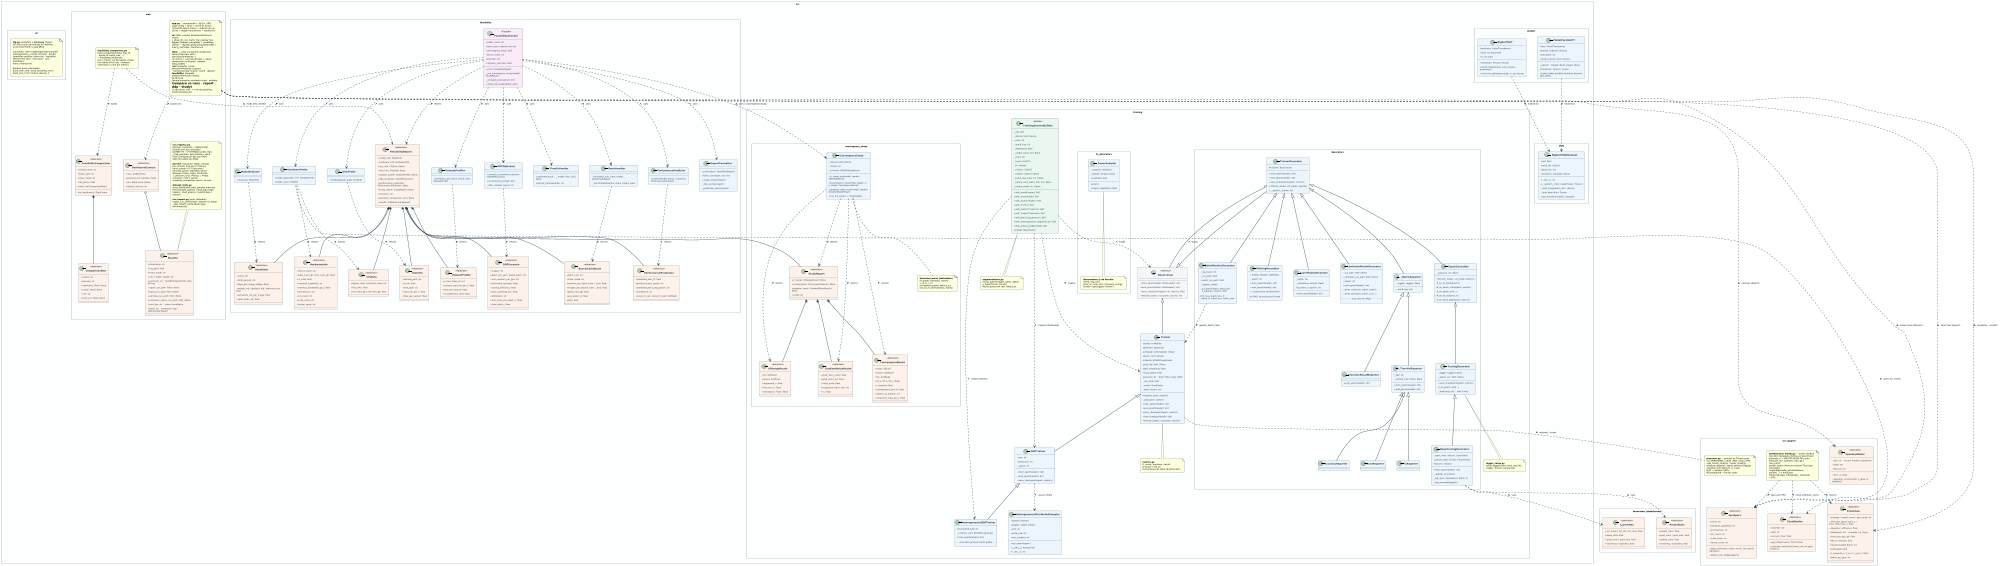
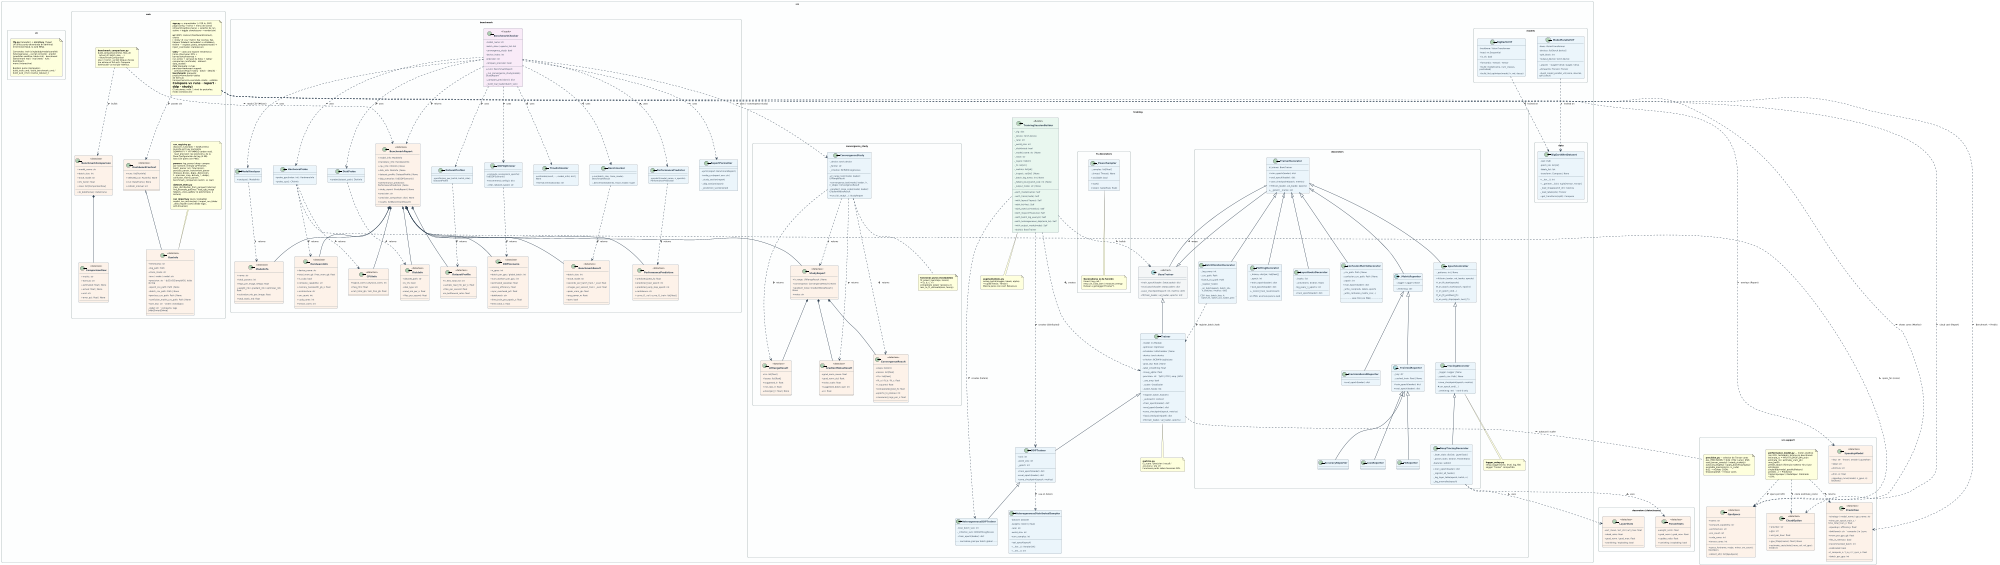
@startuml class_diagram
scale 2000 width
skinparam backgroundColor #FFFFFF
skinparam monochrome false
skinparam classAttributeIconSize 0
skinparam defaultFontName "DejaVu Sans"
skinparam defaultFontSize 9
skinparam classFontStyle bold
skinparam classFontSize 10
skinparam classHeaderBackgroundColor #1A5276
skinparam classBorderColor #2C3E50
skinparam classBackgroundColor #EBF5FB
skinparam arrowColor #2C3E50
skinparam arrowThickness 1.5
skinparam roundCorner 8
skinparam padding 4
skinparam nodesep 50
skinparam ranksep 55
skinparam wrapWidth 200
skinparam packageStyle rectangle
skinparam packageBorderColor #95A5A6
skinparam packageBackgroundColor #FDFEFE

' ════════════════════════════════════════════════════════════════
' PACKAGE: src.training
' ════════════════════════════════════════════════════════════════
package "src.training" #FDFEFE {

  abstract class BaseTrainer <<abstract>> {
    {abstract} + train_epoch(loader: DataLoader): dict
    {abstract} + eval_epoch(loader: DataLoader): dict
    {abstract} + save_checkpoint(epoch: int, metrics: dict)
    {abstract} + fit(train_loader, val_loader, epochs: int)
  }

  class Trainer {
    - model: nn.Module
    - optimizer: Optimizer
    - scheduler: LRScheduler | None
    - device: torch.device
    - criterion: BCEWithLogitsLoss
    - grad_clip: float | None
    - label_smoothing: float
    - mixup_alpha: float
    - precision: str  ' fp32 | tf32 | amp | bf16
    - _use_amp: bool
    - _scaler: GradScaler
    - _batch_hooks: list
    + register_batch_hook(fn)
    - _autocast(): context
    + train_epoch(loader): dict
    + eval_epoch(loader): dict
    + save_checkpoint(epoch, metrics)
    + load_checkpoint(path): dict
    + fit(train_loader, val_loader, epochs)
  }

  class DDPTrainer {
    - rank: int
    - world_size: int
    - _epoch: int
    ' precision reenviada a Trainer
    + train_epoch(loader): dict
    + eval_epoch(loader): dict
    + save_checkpoint(epoch, metrics)
  }

  class HeterogeneousDDPTrainer {
    - local_batch_size: int
    - _criterion_sum: BCEWithLogitsLoss
    + train_epoch(loader): dict
    .. normaliza grad por batch global ..
  }

  class TrainingSessionBuilder <<Builder>> {
    - _cfg: dict
    - _device: torch.device
    - _rank: int
    - _world_size: int
    - _distributed: bool
    - _model_name: str | None
    - _trace: str
    - _layers: list[str]
    - _fn: list[str]
    - _metrics: list[str]
    - _inspect: set[str] | None
    - _batch_log_every: int | None
    - _hetero_local_batch_size: int | None
    - _output_mode: str | None
    + with_model(name): Self
    + with_trace(mode): Self
    + with_layers(*layers): Self
    + with_fn(*fns): Self
    + with_metrics(*metrics): Self
    + with_inspect(*features): Self
    + with_batch_log_every(n): Self
    + with_heterogeneous_ddp(local_bs): Self
    + with_output_mode(mode): Self
    + build(): BaseTrainer
  }

  class HeterogeneousDistributedSampler {
    - dataset: Dataset
    - weights: list[int | float]
    - rank: int
    - world_size: int
    - num_samples: int
    + set_epoch(epoch)
    + __iter__(): Iterator[int]
    + __len__(): int
  }

  note as aug_note
    **augmentations.py**
    mixup_batch(images, labels, alpha)
    → tuple[Tensor, Tensor]
    Mezcla pares con coef. Beta(α,α).
  end note

  note as metrics_note
    **metrics.py**
    f1_score / precision / recall /
    accuracy / eta_str
    Funciones puras sobre tensores GPU.
  end note

  note as logger_note
    **logger_setup.py**
    setup_logger(name, level, log_file)
    Logger "trainer" compartido.
  end note

}

' ════════════════════════════════════════════════════════════════
' PACKAGE: src.training.convergence_study  (estudio empírico v4)
' ════════════════════════════════════════════════════════════════
package "src.training.convergence_study" #FDFEFE {

  class ConvergenceStudy {
    - _device: torch.device
    - _family: str
    - _criterion: BCEWithLogitsLoss
    + lr_range_test(model, loader): LRRangeResult
    + convergence_test(model, loader, lr, n_steps): ConvergenceResult
    + gradient_noise_scale(model, loader): GradientNoiseResult
    + run_full_study(...): StudyReport
  }

  class LRRangeResult <<dataclass>> {
    + lrs: list[float]
    + losses: list[float]
    + suggested_lr: float
    + min_loss_lr: float
    + diverged_lr: float | None
  }

  class ConvergenceResult <<dataclass>> {
    + steps: list[int]
    + losses: list[float]
    + f1s: list[float]
    + fit_a / fit_b / fit_c: float
    + r_squared: float
    + extrapolated_best_f1: float
    + epochs_to_plateau: int
    + measured_imgs_per_s: float
  }

  class GradientNoiseResult <<dataclass>> {
    + grad_norm_mean: float
    + grad_norm_std: float
    + noise_scale: float
    + suggested_batch_size: int
    + cv: float
  }

  class StudyReport <<dataclass>> {
    + lr_range: LRRangeResult | None
    + convergence: ConvergenceResult | None
    + gradient_noise: GradientNoiseResult | None
    + notes: str
  }

  note as fit_note
    **funciones puras (testeables)**
    fit_power_law(steps, losses)
    → (a, b, c, r²)
    extrapolate_power_law(a,b,c,t)
    loss_to_f1_estimate(loss, family)
  end note

}

' ════════════════════════════════════════════════════════════════
' PACKAGE: src.training.decorators
' ════════════════════════════════════════════════════════════════
package "src.training.decorators" #FDFEFE {

  class TrainerDecorator {
    # _trainer: BaseTrainer
    + train_epoch(loader): dict
    + eval_epoch(loader): dict
    + save_checkpoint(epoch, metrics)
    + fit(train_loader, val_loader, epochs)
    + __getattr__(name: str)
  }

  class EpochController {
    - _patience: int | None
    + fit(train_loader, val_loader, epochs)
    # _on_fit_start(epochs)
    # _on_epoch_start(epoch, epochs)
    # _on_epoch_end(...)
    # _on_fit_end(best_f1)
    # _on_early_stop(epoch, best_f1)
  }

  class TracingDecorator {
    - _logger: Logger | None
    - _epoch_csv: Path | None
    + save_checkpoint(epoch, metrics)
    # _on_epoch_end(...)
    - _emit(msg: str)  ' rank 0 only
  }

  class DeepTracingDecorator {
    - _layer_stats: dict[str, LayerStats]
    - _param_stats: dict[str, ParamStats]
    - features: set[str]
    + train_epoch(loader): dict
    - _register_all_hooks()
    - _log_layer_table(epoch, batch, n)
    - _log_anomalies(epoch)
  }

  class PlottingDecorator {
    - _history: dict[str, list[float]]
    - _epoch: int
    + train_epoch(loader): dict
    + eval_epoch(loader): dict
    + _record_train_result(result)
    .. sin PNG: acumula para la web ..
  }

  class LayerHooksDecorator {
    - _hooks: list
    - _activations: dict[str, float]
    - log_every_n_epochs: int
    + train_epoch(loader): dict
  }

  class ConfusionMatrixDecorator {
    - _csv_path: Path | None
    - _confusion_csv_path: Path | None
    - _epoch: int
    + eval_epoch(loader): dict
    - _write_csv(preds, labels, epoch)
    - _write_confusion_matrix_csv(...)
    .. solo CSV (sin PNG) ..
  }

  class BatchMonitorDecorator {
    - _log_every: int
    - _csv_path: Path
    + batch_csv_path: Path
    - _register_hook()
    - _on_batch(epoch, batch_idx,\n  n_batches, metrics: dict)
    .. CSV: loss, batch_loss, lr,\n  batch_f1, batch_acc, batch_prec ..
  }

  abstract class _MetricReporter {
    - _logger: Logger | None
    - _emit(msg: str)
  }

  abstract class _TrainValReporter {
    - _key: str
    - _cached_train: float | None
    + train_epoch(loader): dict
    + eval_epoch(loader): dict
  }

  class LossReporter
  class F1Reporter
  class AccuracyReporter
  class PrecisionRecallReporter {
    + eval_epoch(loader): dict
  }

}

' ════════════════════════════════════════════════════════════════
' PACKAGE: src.training.decorators — dataclasses internas
' ════════════════════════════════════════════════════════════════
package "decorators (dataclasses)" #FDFEFE {

  class LayerStats <<dataclass>> {
    + act_mean / act_std / act_max: float
    + dead_ratio: float
    + grad_norm / grad_max: float
    + vanishing / exploding: bool
  }

  class ParamStats <<dataclass>> {
    + weight_norm: float
    + grad_norm / grad_max: float
    + update_ratio: float
    + vanishing / exploding: bool
  }

}

' ════════════════════════════════════════════════════════════════
' PACKAGE: src.training.fn_decorators
' ════════════════════════════════════════════════════════════════
package "src.training.fn_decorators" #FDFEFE {

  class _PowerSampler {
    - _samples: list[float]
    - _thread: Thread | None
    + available: bool
    + start()
    + stop(): tuple[float, float]
  }

  note as fn_note
    **Decoradores @ de función**
    timed / log_call /
    retry_on_cuda_oom / measure_energy
    Rutean a getLogger("trainer").
  end note

  _PowerSampler .. fn_note

}

' ════════════════════════════════════════════════════════════════
' PACKAGE: src.models / src.data
' ════════════════════════════════════════════════════════════════
package "src.models" #FDFEFE {
  class BigEarthViT {
    - backbone: VisionTransformer
    - head: nn.Sequential
    + is_vit: bool
    + forward(x: Tensor): Tensor
    + build_model(name, num_classes, pretrained)
    + build_llrd_optimizer(model, lr, wd, decay)
  }

  class ModelParallelViT {
    ' paralelismo de modelo (pipeline naive)
    - base: VisionTransformer
    - devices: list[torch.device]
    - split_block: int
    + output_device: torch.device
    - _place()  ' stage0→dev0, stage1→dev1
    + forward(x: Tensor): Tensor
    + build_model_parallel_vit(name, devices, split_block)
  }
}

' ════════════════════════════════════════════════════════════════
- ' PACKAGE: src (módulos de soporte — feasibility/web)
+ ' PACKAGE: src (módulos de soporte — benchmark/web)
' ════════════════════════════════════════════════════════════════
package "src.support" as support #FDFEFE {

  class GpuSpecs <<dataclass>> {
    + name: str
    + compute_capability: str
    + architecture: str
    + sm_count: int
    + cuda_cores: int
    + tensor_cores: int
    + specs_for(name, major, minor, sm_count): GpuSpecs
    + detect_all(): list[GpuSpecs]
  }

  class SpeedupModel <<dataclass>> {
    + key: str  ' linear | amdahl | gustafson
    + label: str
    + formula: str
    + fn(n, s): float
    + speedup_curve(model, n_gpus, s): list[float]
  }

  class CloudOption <<dataclass>> {
    + provider: str
    + gpu: str
    + usd_per_hour: float
    + gpu_tflops(name): float | None
    + estimate_costs(total_hours_ref, ref_gpu): list[dict]
  }

  class Prediction <<dataclass>> {
    ' src.performance_model — predictor analítico
    + strategy / model_name / gpu_name: str
    + time_per_epoch_train_s / time_total_train_s: float
    + speedup / efficiency: float
    + bottleneck: str  ' compute | io | sync
    + vram_per_gpu_gb: float
    + fits_in_memory: bool
    + recommended_batch: int
    + calibrated: bool
    + t_compute_s / t_io_s / t_sync_s: float
    + batch_per_gpu: int
  }

  note as perfmodel_note
    **performance_model.py** — motor analítico
    (sin GPU, testeable). Estima sin benchmark:
    estimate_rc = MFU·TFLOPS/FLOPs_train
    estimate_rio / estimate_vram_gb / max_batch
    predict_epoch (fórmula maestra T(n,π) por
    estrategia: single/ddp/model_parallel/hetero)
    predict(...) → Prediction
    Tablas GpuSpec / ModelSpec. Calibrado <10%.
  end note

  note as precision_note
    **precision.py** — selector de Tensor cores
    ALL_PRECISIONS = fp32 | tf32 | amp | bf16
    uses_tensor_cores(p) / needs_scaler(p)
    autocast_dtype(p) / apply_backend_flags(p)
    available_precisions(cc, is_cuda)
    fp32 → núcleos CUDA;
    tf32/amp/bf16 → Tensor cores
  end note
}

package "src.data" #FDFEFE {
  class BigEarthNetDataset {
    - root: Path
    - patch_ids: list[str]
    - labels_list: list
    - transform: Compose | None
    + __len__(): int
    + __getitem__(idx): tuple[Tensor, Tensor]
    - _load_image(patch_dir): ndarray
    - _load_labels(idx): Tensor
    + get_transforms(split): Compose
  }
}

' ════════════════════════════════════════════════════════════════
- ' PACKAGE: src.feasibility (SRP package; scripts/check_feasibility.py is now a thin CLI)
- ' ════════════════════════════════════════════════════════════════
- package "src.feasibility" #FDFEFE {
+ ' PACKAGE: src.benchmark (SRP package; scripts/benchmark.py is now a thin CLI)
+ ' ════════════════════════════════════════════════════════════════
+ package "src.benchmark" #FDFEFE {

  class ModelInfo <<dataclass>> {
    + name: str
    + total_params: int
    + flops_per_image_mflops: float
    + weight_mb / gradient_mb / optimizer_mb: float
    + activation_mb_per_image: float
    + total_static_mb: float
  }

  class HardwareInfo <<dataclass>> {
    + device_name: str
    + total_vram_gb / free_vram_gb: float
    + is_cuda: bool
    + compute_capability: str
    + memory_bandwidth_gb_s: float
    + architecture: str
    + sm_count: int
    + cuda_cores: int
    + tensor_cores: int
  }

  class CPUInfo <<dataclass>> {
    + logical_cores / physical_cores: int
    + freq_mhz: float
    + ram_total_gb / ram_free_gb: float
  }

  class DiskInfo <<dataclass>> {
    + dataset_path: str
    + is_nfs: bool
    + disk_type: str
    + read_mb_per_s: float
    + files_per_second: float
  }

  class DatasetProfile <<dataclass>> {
    + n_files_total_est: int
    + sample_read_mb_per_s: float
    + files_per_second: float
    + io_bottleneck_ratio: float
  }

  class DDPScenario <<dataclass>> {
    + n_gpus: int
    + batch_per_gpu / global_batch: int
    + num_workers_per_gpu: int
    + estimated_speedup: float
    + scaling_efficiency: float
    + sync_overhead_pct: float
    + bottleneck: str
    + time_train_per_epoch_s: float
    + time_total_s: float
  }

  class PerformancePrediction <<dataclass>> {
    + predicted_best_f1: float
    + predicted_best_epoch: int
    + predicted_early_stop_epoch: int
    + confidence: str
    + curve_f1_val / curve_f1_train: list[float]
  }

  class BenchmarkResult <<dataclass>> {
    + batch_size: int
    + trace_mode: str
    + seconds_per_batch_train / _eval: float
    + images_per_second_train / _eval: float
    + peak_vram_gb: float
    + avg_power_w: float
    + oom: bool
  }

-   class FeasibilityReport <<dataclass>> {
+   class BenchmarkReport <<dataclass>> {
    + model_info: ModelInfo
    + hardware_info: HardwareInfo
    + cpu_info: CPUInfo | None
    + disk_info: DiskInfo | None
    + dataset_profile: DatasetProfile | None
    + ddp_scenarios: list[DDPScenario]
    + performance_prediction: PerformancePrediction | None
    + study_report: StudyReport | None
    + precision: str
    + precision_comparison: dict | None
    + results: list[BenchmarkResult]
  }

  class ModelAnalyzer {
    + analyze(): ModelInfo
  }
  class HardwareProbe {
    + probe_gpu(index: int): HardwareInfo
    + probe_cpu(): CPUInfo
  }
  class DiskProbe {
    + probe(dataset_path): DiskInfo
  }
  class DatasetProfiler {
    + profile(sec_per_batch, batch_size): DatasetProfile
  }
  class Benchmarker {
    + run(batch_size, trace_mode): BenchmarkResult
    - _benchmark(batches, trace_mode): tuple
  }
  class TimeEstimator {
    + estimate(result, ..., model_info): dict | None
    + format_time(seconds): str
  }
  class DDPOptimizer {
    + compute_scenarios(n_epochs): list[DDPScenario]
    + recommend_config(): dict
    - _infer_network_type(): str
  }
  class PerformancePredictor {
    + predict(model_name, n_epochs): PerformancePrediction
  }
  class ReportFormatter {
-     + print(report: FeasibilityReport)
+     + print(report: BenchmarkReport)
    + write_csv(report, env: str)
    - _study_section(report)
    - _ddp_section(report)
    - _prediction_section(pred)
  }
-   class FeasibilityChecker <<Facade>> {
+   class BenchmarkChecker <<Facade>> {
    - model_name: str
    - batch_sizes / epochs_list: list
    - convergence_study: bool
    - device_index: int
    - precision: str
    - compare_precision: bool
-     + run(): FeasibilityReport
+     + run(): BenchmarkReport
    - _run_convergence_study(model): StudyReport
    - _compare_precisions(): dict
    - _build_real_loader(batch_size)
  }

}

' ════════════════════════════════════════════════════════════════
' PACKAGE: src.web
' ════════════════════════════════════════════════════════════════
package "src.web" #FDFEFE {

  class RunInfo <<dataclass>> {
    + timestamp: str
    + log_path: Path
    + trace_mode: str
    + env / mode / model: str
    + precision: str  ' fp32/tf32/amp/bf16, leída del log
    + epoch_csv_path: Path | None
    + batch_csv_path: Path | None
    + perclass_csv_path: Path | None
    + confusion_matrix_csv_path: Path | None
    + sort_key: str  ' orden cronológico
    + label: str  ' compacto, tags [ddp]/[amp]/[deep]
  }

-   class FeasibilityComparison <<dataclass>> {
+   class BenchmarkComparison <<dataclass>> {
    + model_name: str
    + batch_size: int
    + trace_mode: str
    + nfs_factor: float
    + rows: list[ComparisonRow]
    + to_dataframe(): DataFrame
  }

  class ComparisonRow <<dataclass>> {
    + metric: str
    + formula: str
    + estimated: float | None
    + actual: float | None
    + unit: str
    + error_pct: float | None
  }

  note as cmp_note
-     **feasibility_comparison.py**
+     **benchmark_comparison.py**
    build_comparison(meta, feas_df,
      actual_df, batch_size, ...)
-     → FeasibilityComparison
+     → BenchmarkComparison
    Usa n_train/n_val del bloque #sizes
    (no asume el full set). Compara
    estimación vs real por métrica.
  end note

  class DashboardContext <<dataclass>> {
    ' src.web.ui.context — estado compartido (ctx)
    + runs: list[RunInfo]
    + selected_run: RunInfo | None
    + run: DataFrame | None
    + refresh_interval: int
  }

  note as web_note
    **run_registry.py**
    discover_runs(root) → list[RunInfo]
    RunInfo.sort_key normaliza
    DDMMYYYY → YYYYMMDD (orden real).
    _read_precision: lee precision= de la
    línea Configuración del log (4 KB).
    Solo CSV paths (sin PNG).

    **parsers**: log_parser (deep: campos
    por nombre; energía \w*Trainer),
    batch_parser (v3: f1/acc/prec),
-     perclass_parser, feasibility_parser
+     perclass_parser, benchmark_parser
    (bloques #sizes, #gpu, #precision,
    #precision_cmp, #study_*, #ddp),
    confusion_matrix_parser,
-     feasibility_comparison (estim. vs real)
+     benchmark_comparison (estim. vs real)

    **dataset_stats.py**
    class_distribution_from_parquet (ndarray)
    find_example_patches / load_rgb_image
    helpers._class_gallery (1 patch/clase, 1 lectura)

    **run_import.py** (puro, testeable)
    import_run_archive(zip) / import_run_folder
    _dest_relpath (corta desde logs/, anti-traversal)
  end note

  note as web_arch_note
    **app.py** — orquestador (~220 ln, SRP)
    page config + tema + menú de iconos
    (streamlit-option-menu) + selector de run
    activo + toggle claro/oscuro → render(ctx)

    **ui/** (SRP): context (DashboardContext),
    charts (_show/_dl_csv/_metric_fig/_overlay_fig),
    helpers (loaders cacheados + utilidades),
    theme — register_plotly_template(mode) +
    inject_css(mode): claro/oscuro

    **tabs/** — cada uno expone render(ctx):
    home (Overview: KPIs + barras/tarta/treemap +
    run activo + carrusel de fotos + tabla) ·
    comparison (unificado) · dataset · data_models ·
    **run/** (paquete: curves · perclass=heatmap+support
    · confusions=top+matriz · batch · details) ·
-     **feasibility/** (paquete: predict=formulario+tablas
+     **benchmark/** (paquete: predict=formulario+tablas
    de fórmula tiempo/memoria+escalado+coste · validate
    =Compare vs runs · report · ddp · study)
    (5 secciones, máx. 1 nivel de pestañas; modo claro/oscuro)
  end note

}

' ════════════════════════════════════════════════════════════════
' PACKAGE: src.cli (CLI unificado tipo `tfg <comando>`)
' ════════════════════════════════════════════════════════════════
package "src.cli" #FDFEFE {
  note as cli_note
    **tfg.py** (lanzador) + **src/cli.py** (Typer)
    Un único punto de entrada en terminal:
    el terminal HACE, la web MIRA.

    Comandos: train (single/ddp/model-parallel/
    heterogeneous → script correcto) · predict
-     (predictor analítico, tabla rich) · feasibility
+     (predictor analítico, tabla rich) · benchmark
    (benchmark real) · eval (test) · runs · dashboard ·
    menu (interactivo)

    Builders puros (testeados):
-     build_train_cmd / build_feasibility_cmd /
+     build_train_cmd / build_benchmark_cmd /
    build_eval_cmd / resolve_dataset_n
  end note
}

' ════════════════════════════════════════════════════════════════
' RELACIONES DE HERENCIA
' ════════════════════════════════════════════════════════════════

BaseTrainer <|-- Trainer
Trainer <|-- DDPTrainer
DDPTrainer <|-- HeterogeneousDDPTrainer
BaseTrainer <|-- TrainerDecorator

TrainerDecorator <|-- EpochController
TrainerDecorator <|-- PlottingDecorator
TrainerDecorator <|-- LayerHooksDecorator
TrainerDecorator <|-- ConfusionMatrixDecorator
TrainerDecorator <|-- BatchMonitorDecorator
TrainerDecorator <|-- _MetricReporter

EpochController <|-- TracingDecorator
TracingDecorator <|-- DeepTracingDecorator

_MetricReporter <|-- _TrainValReporter
_MetricReporter <|-- PrecisionRecallReporter
_TrainValReporter <|-- LossReporter
_TrainValReporter <|-- F1Reporter
_TrainValReporter <|-- AccuracyReporter

' ════════════════════════════════════════════════════════════════
' RELACIONES DE COMPOSICIÓN / DEPENDENCIA
' ════════════════════════════════════════════════════════════════

TrainerDecorator o-- BaseTrainer : wraps >

TrainingSessionBuilder ..> BaseTrainer : builds >
TrainingSessionBuilder ..> Trainer : creates >
TrainingSessionBuilder ..> DDPTrainer : creates (distributed) >
TrainingSessionBuilder ..> HeterogeneousDDPTrainer : creates (hetero) >
TrainingSessionBuilder ..> aug_note : uses >

DDPTrainer ..> HeterogeneousDistributedSampler : usa en hetero >

DeepTracingDecorator ..> LayerStats : uses >
DeepTracingDecorator ..> ParamStats : uses >
BatchMonitorDecorator ..> Trainer : register_batch_hook >

ConvergenceStudy ..> LRRangeResult : returns >
ConvergenceStudy ..> ConvergenceResult : returns >
ConvergenceStudy ..> GradientNoiseResult : returns >
ConvergenceStudy ..> StudyReport : returns >
ConvergenceStudy .. fit_note
StudyReport *-- LRRangeResult
StudyReport *-- ConvergenceResult
StudyReport *-- GradientNoiseResult

- FeasibilityChecker ..> ModelAnalyzer : uses >
- FeasibilityChecker ..> HardwareProbe : uses >
- FeasibilityChecker ..> DiskProbe : uses >
- FeasibilityChecker ..> DatasetProfiler : uses >
- FeasibilityChecker ..> Benchmarker : uses >
- FeasibilityChecker ..> TimeEstimator : uses >
- FeasibilityChecker ..> DDPOptimizer : uses >
- FeasibilityChecker ..> PerformancePredictor : uses >
- FeasibilityChecker ..> ReportFormatter : uses >
- FeasibilityChecker ..> ConvergenceStudy : uses (--convergence-study) >
+ BenchmarkChecker ..> ModelAnalyzer : uses >
+ BenchmarkChecker ..> HardwareProbe : uses >
+ BenchmarkChecker ..> DiskProbe : uses >
+ BenchmarkChecker ..> DatasetProfiler : uses >
+ BenchmarkChecker ..> Benchmarker : uses >
+ BenchmarkChecker ..> TimeEstimator : uses >
+ BenchmarkChecker ..> DDPOptimizer : uses >
+ BenchmarkChecker ..> PerformancePredictor : uses >
+ BenchmarkChecker ..> ReportFormatter : uses >
+ BenchmarkChecker ..> ConvergenceStudy : uses (--convergence-study) >

ModelAnalyzer ..> ModelInfo : returns >
HardwareProbe ..> HardwareInfo : returns >
HardwareProbe ..> GpuSpecs : specs_for (cores) >
HardwareProbe ..> CPUInfo : returns >
DiskProbe ..> DiskInfo : returns >
DatasetProfiler ..> DatasetProfile : returns >
Benchmarker ..> BenchmarkResult : returns >
DDPOptimizer ..> DDPScenario : returns >
PerformancePredictor ..> PerformancePrediction : returns >
- FeasibilityChecker ..> FeasibilityReport : returns >
- 
- FeasibilityReport *-- ModelInfo
- FeasibilityReport *-- HardwareInfo
- FeasibilityReport *-- CPUInfo
- FeasibilityReport *-- DiskInfo
- FeasibilityReport *-- DatasetProfile
- FeasibilityReport *-- DDPScenario
- FeasibilityReport *-- PerformancePrediction
- FeasibilityReport *-- BenchmarkResult
- FeasibilityReport o-- StudyReport
+ BenchmarkChecker ..> BenchmarkReport : returns >
+ 
+ BenchmarkReport *-- ModelInfo
+ BenchmarkReport *-- HardwareInfo
+ BenchmarkReport *-- CPUInfo
+ BenchmarkReport *-- DiskInfo
+ BenchmarkReport *-- DatasetProfile
+ BenchmarkReport *-- DDPScenario
+ BenchmarkReport *-- PerformancePrediction
+ BenchmarkReport *-- BenchmarkResult
+ BenchmarkReport o-- StudyReport

BigEarthViT ..> BigEarthNetDataset : trained on >
ModelParallelViT ..> BigEarthNetDataset : trained on >

Trainer ..> metrics_note : uses >
Trainer ..> precision_note : autocast / scaler >
TracingDecorator ..> logger_note : uses >
web_note ..> RunInfo : creates >

' ── web modular (SRP): orquestador + ui/ + tabs/ ──
web_arch_note ..> DashboardContext : passes ctx >
DashboardContext o-- RunInfo
web_arch_note ..> SpeedupModel : overlays (Report) >
web_arch_note ..> CloudOption : cloud cost (Report) >
web_arch_note ..> GpuSpecs : shows cores (Monitor) >
- web_arch_note ..> Prediction : Feasibility → Predict >
+ web_arch_note ..> Prediction : Benchmark → Predict >
perfmodel_note ..> Prediction : returns >
perfmodel_note ..> GpuSpecs : specs por GPU >
perfmodel_note ..> CloudOption : coste (estimate_costs) >

- FeasibilityComparison *-- ComparisonRow
- cmp_note ..> FeasibilityComparison : builds >
- cmp_note ..> FeasibilityReport : reads CSV (#sizes) >
+ BenchmarkComparison *-- ComparisonRow
+ cmp_note ..> BenchmarkComparison : builds >
+ cmp_note ..> BenchmarkReport : reads CSV (#sizes) >

' ════════════════════════════════════════════════════════════════
' ESTILOS POR TIPO
' ════════════════════════════════════════════════════════════════

skinparam class {
  HeaderBackgroundColor #1A5276
  BackgroundColor #EBF5FB
  BorderColor #2C3E50
  FontColor #FFFFFF
  AttributeFontColor #2C3E50
}

skinparam class<<abstract>> {
  HeaderBackgroundColor #1B2631
  BackgroundColor #F4F6F7
}

skinparam class<<dataclass>> {
  HeaderBackgroundColor #6E2F04
  BackgroundColor #FDF2E9
}

skinparam class<<Facade>> {
  HeaderBackgroundColor #512E5F
  BackgroundColor #F9EBF8
}

skinparam class<<Builder>> {
  HeaderBackgroundColor #145A32
  BackgroundColor #E9F7EF
}

@enduml
